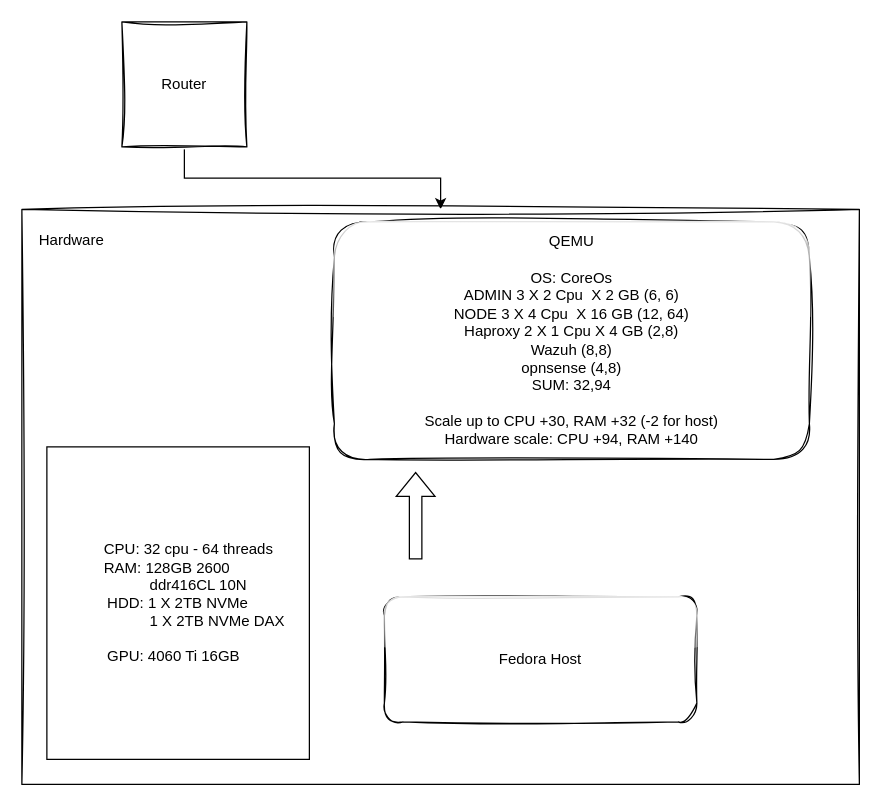
haruchi818/HolyRapYou keeps this draw.io diagram as Untitled Diagram.drawio. Above is the earlier version. Source tidied: cells renumbered, new cells numbered last; positions are measured from the earlier drawing's top-left corner, leaving out a move shared by most shapes. Both pictures are drawn from the tidied source at 125%, with x=0, y=0 at pixel (21, 21).
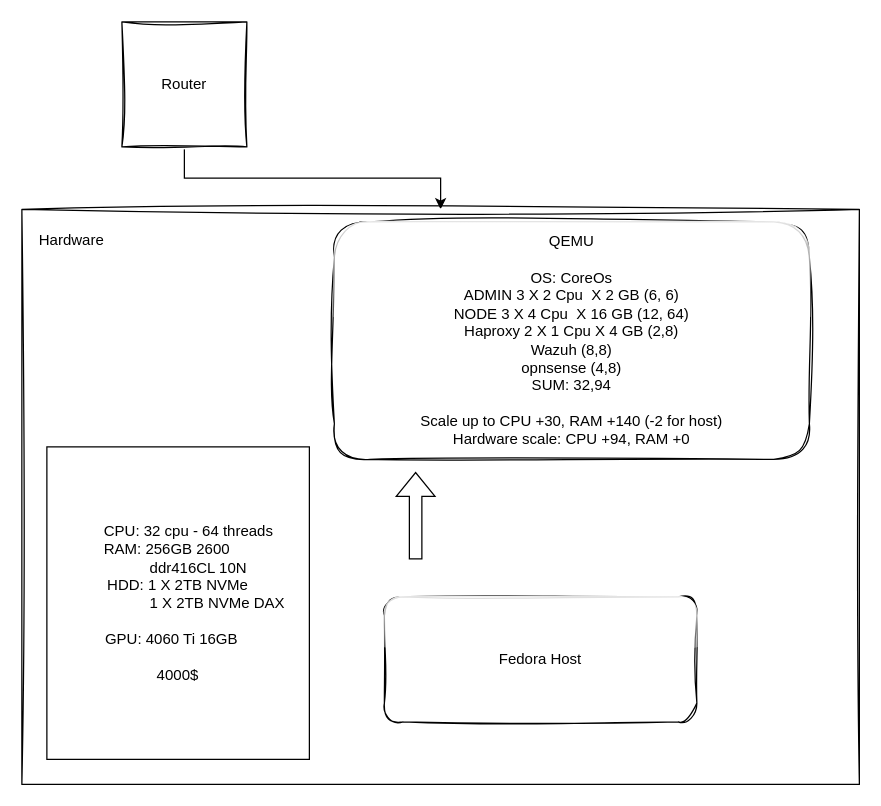
After the change.

The edit, as a diff of the source:
```diff
@@
 <mxGraphModel>
   <root>
     <mxCell id="0" />
     <mxCell id="1" parent="0" />
     <mxCell id="2" style="edgeStyle=orthogonalEdgeStyle;rounded=0;jettySize=auto;html=1;" parent="1" edge="1" source="3" target="4">
       <mxGeometry relative="1" as="geometry" />
     </mxCell>
     <mxCell id="3" value="Router" style="whiteSpace=wrap;html=1;sketch=1;curveFitting=1;jiggle=2;" parent="1" vertex="1">
       <mxGeometry x="80" width="100" height="100" as="geometry" />
     </mxCell>
     <mxCell id="4" style="rounded=0;whiteSpace=wrap;html=1;sketch=1;curveFitting=1;jiggle=2;" parent="1" vertex="1">
       <mxGeometry y="150" width="670" height="460" as="geometry" />
     </mxCell>
     <mxCell id="5" value="Fedora Host" style="rounded=1;whiteSpace=wrap;html=1;sketch=1;curveFitting=1;jiggle=2;glass=1;" parent="1" vertex="1">
       <mxGeometry x="290" y="460" width="250" height="100" as="geometry" />
     </mxCell>
     <mxCell id="6" style="shape=flexArrow;endArrow=classic;html=1;rounded=0;" parent="1" edge="1">
       <mxGeometry relative="1" as="geometry">
         <mxPoint x="315" y="430" as="sourcePoint" />
         <mxPoint x="315" y="360" as="targetPoint" />
       </mxGeometry>
     </mxCell>
     <mxCell id="7" value="Hardware" style="text;html=1;align=center;verticalAlign=middle;whiteSpace=wrap;rounded=0;" parent="1" vertex="1">
       <mxGeometry x="10" y="160" width="60" height="30" as="geometry" />
     </mxCell>
-    <mxCell id="8" value="&lt;div align=&quot;left&quot;&gt;&amp;nbsp;&amp;nbsp;&amp;nbsp;&amp;nbsp;&amp;nbsp;&amp;nbsp;&amp;nbsp; CPU: 32 cpu - 64 threads&lt;/div&gt;&lt;div align=&quot;left&quot;&gt;&amp;nbsp;&amp;nbsp;&amp;nbsp;&amp;nbsp;&amp;nbsp;&amp;nbsp;&amp;nbsp; RAM: 128GB 2600&amp;nbsp;&lt;/div&gt;&lt;div align=&quot;left&quot;&gt;&amp;nbsp;&amp;nbsp;&amp;nbsp;&amp;nbsp;&amp;nbsp;&amp;nbsp;&amp;nbsp;&amp;nbsp;&amp;nbsp;&amp;nbsp;&amp;nbsp;&amp;nbsp;&amp;nbsp;&amp;nbsp;&amp;nbsp;&amp;nbsp;&amp;nbsp;&amp;nbsp; ddr416CL 10N&lt;/div&gt;&lt;div&gt;HDD: 1 X 2TB NVMe&lt;/div&gt;&lt;div&gt;&amp;nbsp;&amp;nbsp;&amp;nbsp;&amp;nbsp;&amp;nbsp;&amp;nbsp;&amp;nbsp;&amp;nbsp;&amp;nbsp;&amp;nbsp;&amp;nbsp;&amp;nbsp;&amp;nbsp;&amp;nbsp;&amp;nbsp;&amp;nbsp;&amp;nbsp;&amp;nbsp; 1 X 2TB NVMe DAX&lt;br&gt;&lt;/div&gt;&lt;div&gt;&lt;br&gt;&lt;/div&gt;&lt;div&gt;GPU: 4060 Ti 16GB&amp;nbsp;&amp;nbsp; &lt;br&gt;&lt;/div&gt;" style="rounded=0;whiteSpace=wrap;html=1;" parent="1" vertex="1">
+    <mxCell id="8" value="&lt;div align=&quot;left&quot;&gt;&amp;nbsp;&amp;nbsp;&amp;nbsp;&amp;nbsp;&amp;nbsp;&amp;nbsp;&amp;nbsp; CPU: 32 cpu - 64 threads&lt;/div&gt;&lt;div align=&quot;left&quot;&gt;&amp;nbsp;&amp;nbsp;&amp;nbsp;&amp;nbsp;&amp;nbsp;&amp;nbsp;&amp;nbsp; RAM: 256GB 2600&amp;nbsp;&lt;/div&gt;&lt;div align=&quot;left&quot;&gt;&amp;nbsp;&amp;nbsp;&amp;nbsp;&amp;nbsp;&amp;nbsp;&amp;nbsp;&amp;nbsp;&amp;nbsp;&amp;nbsp;&amp;nbsp;&amp;nbsp;&amp;nbsp;&amp;nbsp;&amp;nbsp;&amp;nbsp;&amp;nbsp;&amp;nbsp;&amp;nbsp; ddr416CL 10N&lt;/div&gt;&lt;div&gt;HDD: 1 X 2TB NVMe&lt;/div&gt;&lt;div&gt;&amp;nbsp;&amp;nbsp;&amp;nbsp;&amp;nbsp;&amp;nbsp;&amp;nbsp;&amp;nbsp;&amp;nbsp;&amp;nbsp;&amp;nbsp;&amp;nbsp;&amp;nbsp;&amp;nbsp;&amp;nbsp;&amp;nbsp;&amp;nbsp;&amp;nbsp;&amp;nbsp; 1 X 2TB NVMe DAX&lt;br&gt;&lt;/div&gt;&lt;div&gt;&lt;br&gt;&lt;/div&gt;&lt;div&gt;GPU: 4060 Ti 16GB&amp;nbsp;&amp;nbsp;&amp;nbsp;&lt;/div&gt;&lt;div&gt;&lt;br&gt;&lt;/div&gt;&lt;div&gt;4000$&lt;br&gt;&lt;/div&gt;" style="rounded=0;whiteSpace=wrap;html=1;" parent="1" vertex="1">
       <mxGeometry x="20" y="340" width="210" height="250" as="geometry" />
     </mxCell>
-    <mxCell id="9" value="&lt;div&gt;QEMU&lt;/div&gt;&lt;div&gt;&lt;br&gt;&lt;/div&gt;&lt;div&gt;OS: CoreOs&lt;br&gt;&lt;/div&gt;&lt;div&gt;ADMIN 3 X 2 Cpu&amp;nbsp; X 2 GB (6, 6)&lt;/div&gt;&lt;div&gt;NODE 3 X 4 Cpu&amp;nbsp; X 16 GB (12, 64)&lt;/div&gt;&lt;div&gt;Haproxy 2 X 1 Cpu X 4 GB (2,8)&lt;/div&gt;&lt;div&gt;Wazuh (8,8)&lt;br&gt;&lt;/div&gt;&lt;div&gt;opnsense (4,8)&lt;/div&gt;&lt;div&gt;SUM: 32,94&lt;/div&gt;&lt;div&gt;&lt;br&gt;&lt;/div&gt;&lt;div&gt;Scale up to CPU +30, RAM +32 (-2 for host)&lt;br&gt;&lt;/div&gt;&lt;div&gt;Hardware scale: CPU +94, RAM +140&lt;br&gt;&lt;/div&gt;" style="rounded=1;whiteSpace=wrap;html=1;sketch=1;curveFitting=1;jiggle=2;glass=1;" parent="1" vertex="1">
+    <mxCell id="9" value="&lt;div&gt;QEMU&lt;/div&gt;&lt;div&gt;&lt;br&gt;&lt;/div&gt;&lt;div&gt;OS: CoreOs&lt;br&gt;&lt;/div&gt;&lt;div&gt;ADMIN 3 X 2 Cpu&amp;nbsp; X 2 GB (6, 6)&lt;/div&gt;&lt;div&gt;NODE 3 X 4 Cpu&amp;nbsp; X 16 GB (12, 64)&lt;/div&gt;&lt;div&gt;Haproxy 2 X 1 Cpu X 4 GB (2,8)&lt;/div&gt;&lt;div&gt;Wazuh (8,8)&lt;br&gt;&lt;/div&gt;&lt;div&gt;opnsense (4,8)&lt;/div&gt;&lt;div&gt;SUM: 32,94&lt;/div&gt;&lt;div&gt;&lt;br&gt;&lt;/div&gt;&lt;div&gt;Scale up to CPU +30, RAM +140 (-2 for host)&lt;br&gt;&lt;/div&gt;&lt;div&gt;Hardware scale: CPU +94, RAM +0&lt;br&gt;&lt;/div&gt;" style="rounded=1;whiteSpace=wrap;html=1;sketch=1;curveFitting=1;jiggle=2;glass=1;" parent="1" vertex="1">
       <mxGeometry x="250" y="160" width="380" height="190" as="geometry" />
     </mxCell>
   </root>
 </mxGraphModel>
```
